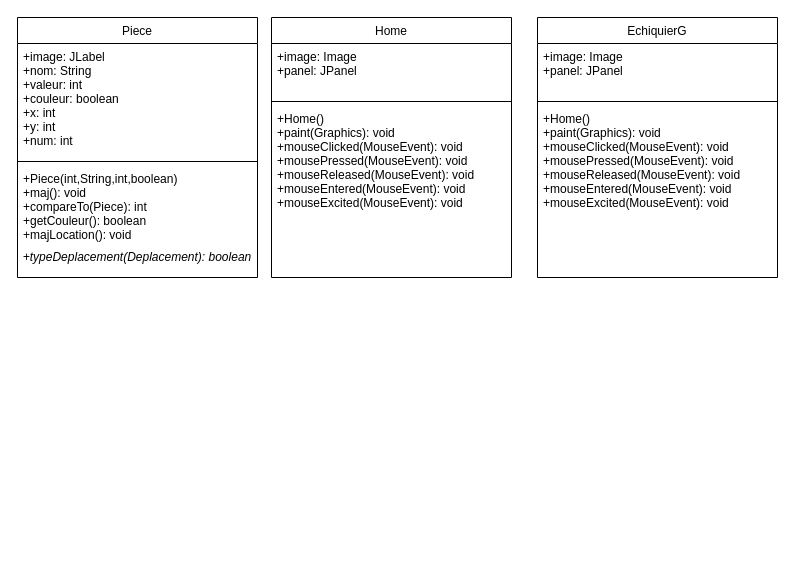
The draw.io diagram Untitled Diagram.drawio in HillelPa/chess, before the edit. Source tidied: cells renumbered, new cells numbered last; positions are measured from the earlier drawing's top-left corner, leaving out a move shared by most shapes. Both pictures are drawn from the tidied source at 100%, with x=0, y=0 at pixel (17, 17).
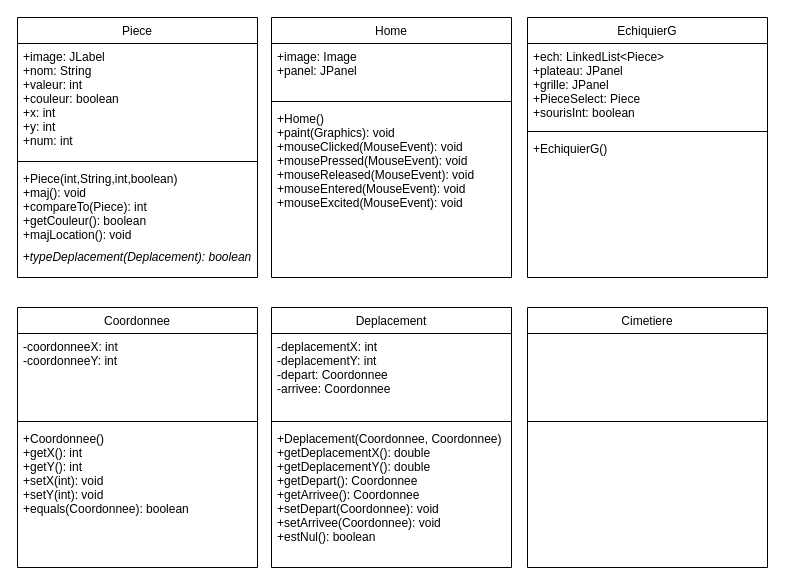
Above is the later version.

The edit, as a diff of the source:
```diff
@@
     <mxCell id="11" value="EchiquierG" style="swimlane;fontStyle=0;align=center;verticalAlign=top;horizontal=1;startSize=26;rounded=0;shadow=0;strokeWidth=1;" parent="1" vertex="1">
-      <mxGeometry x="520" width="240" height="260" as="geometry" />
+      <mxGeometry x="510" width="240" height="260" as="geometry" />
     </mxCell>
-    <mxCell id="12" value="+image: Image&#10;+panel: JPanel&#10;&#10;&#10;" style="text;align=left;verticalAlign=top;spacingLeft=4;spacingRight=4;overflow=hidden;" parent="11" vertex="1">
-      <mxGeometry y="26" width="240" height="54" as="geometry" />
+    <mxCell id="12" value="+ech: LinkedList&lt;Piece&gt;&#10;+plateau: JPanel&#10;+grille: JPanel&#10;+PieceSelect: Piece&#10;+sourisInt: boolean&#10;&#10;&#10;&#10;" style="text;align=left;verticalAlign=top;spacingLeft=4;spacingRight=4;overflow=hidden;" parent="11" vertex="1">
+      <mxGeometry y="26" width="240" height="84" as="geometry" />
     </mxCell>
     <mxCell id="13" style="line;html=1;strokeWidth=1;align=left;verticalAlign=middle;spacingTop=-1;spacingLeft=3;spacingRight=3;labelPosition=right;" parent="11" vertex="1">
-      <mxGeometry y="80" width="240" height="8" as="geometry" />
+      <mxGeometry y="110" width="240" height="8" as="geometry" />
     </mxCell>
-    <mxCell id="14" value="+Home()&#10;+paint(Graphics): void&#10;+mouseClicked(MouseEvent): void&#10;+mousePressed(MouseEvent): void&#10;+mouseReleased(MouseEvent): void&#10;+mouseEntered(MouseEvent): void&#10;+mouseExcited(MouseEvent): void&#10;&#10;&#10;" style="text;align=left;verticalAlign=top;spacingLeft=4;spacingRight=4;overflow=hidden;fontStyle=0;" parent="11" vertex="1">
-      <mxGeometry y="88" width="240" height="162" as="geometry" />
+    <mxCell id="14" value="+EchiquierG()&#10;&#10;&#10;&#10;" style="text;align=left;verticalAlign=top;spacingLeft=4;spacingRight=4;overflow=hidden;fontStyle=0;" parent="11" vertex="1">
+      <mxGeometry y="118" width="240" height="142" as="geometry" />
     </mxCell>
+    <mxCell id="15" value="Coordonnee" style="swimlane;fontStyle=0;align=center;verticalAlign=top;horizontal=1;startSize=26;rounded=0;shadow=0;strokeWidth=1;" parent="1" vertex="1">
+      <mxGeometry y="290" width="240" height="260" as="geometry" />
+    </mxCell>
+    <mxCell id="16" value="-coordonneeX: int&#10;-coordonneeY: int" style="text;align=left;verticalAlign=top;spacingLeft=4;spacingRight=4;overflow=hidden;" parent="15" vertex="1">
+      <mxGeometry y="26" width="240" height="84" as="geometry" />
+    </mxCell>
+    <mxCell id="17" style="line;html=1;strokeWidth=1;align=left;verticalAlign=middle;spacingTop=-1;spacingLeft=3;spacingRight=3;labelPosition=right;" parent="15" vertex="1">
+      <mxGeometry y="110" width="240" height="8" as="geometry" />
+    </mxCell>
+    <mxCell id="18" value="+Coordonnee()&#10;+getX(): int&#10;+getY(): int&#10;+setX(int): void&#10;+setY(int): void&#10;+equals(Coordonnee): boolean&#10;" style="text;align=left;verticalAlign=top;spacingLeft=4;spacingRight=4;overflow=hidden;fontStyle=0;" parent="15" vertex="1">
+      <mxGeometry y="118" width="240" height="142" as="geometry" />
+    </mxCell>
+    <mxCell id="19" value="Deplacement" style="swimlane;fontStyle=0;align=center;verticalAlign=top;horizontal=1;startSize=26;rounded=0;shadow=0;strokeWidth=1;" parent="1" vertex="1">
+      <mxGeometry x="254" y="290" width="240" height="260" as="geometry" />
+    </mxCell>
+    <mxCell id="20" value="-deplacementX: int&#10;-deplacementY: int&#10;-depart: Coordonnee&#10;-arrivee: Coordonnee&#10;" style="text;align=left;verticalAlign=top;spacingLeft=4;spacingRight=4;overflow=hidden;" parent="19" vertex="1">
+      <mxGeometry y="26" width="240" height="84" as="geometry" />
+    </mxCell>
+    <mxCell id="21" style="line;html=1;strokeWidth=1;align=left;verticalAlign=middle;spacingTop=-1;spacingLeft=3;spacingRight=3;labelPosition=right;" parent="19" vertex="1">
+      <mxGeometry y="110" width="240" height="8" as="geometry" />
+    </mxCell>
+    <mxCell id="22" value="+Deplacement(Coordonnee, Coordonnee)&#10;+getDeplacementX(): double&#10;+getDeplacementY(): double&#10;+getDepart(): Coordonnee&#10;+getArrivee(): Coordonnee&#10;+setDepart(Coordonnee): void&#10;+setArrivee(Coordonnee): void&#10;+estNul(): boolean&#10;" style="text;align=left;verticalAlign=top;spacingLeft=4;spacingRight=4;overflow=hidden;fontStyle=0;" parent="19" vertex="1">
+      <mxGeometry y="118" width="240" height="142" as="geometry" />
+    </mxCell>
+    <mxCell id="23" value="Cimetiere" style="swimlane;fontStyle=0;align=center;verticalAlign=top;horizontal=1;startSize=26;rounded=0;shadow=0;strokeWidth=1;" parent="1" vertex="1">
+      <mxGeometry x="510" y="290" width="240" height="260" as="geometry" />
+    </mxCell>
+    <mxCell id="24" value="&#10;&#10;&#10;" style="text;align=left;verticalAlign=top;spacingLeft=4;spacingRight=4;overflow=hidden;" parent="23" vertex="1">
+      <mxGeometry y="26" width="240" height="84" as="geometry" />
+    </mxCell>
+    <mxCell id="25" style="line;html=1;strokeWidth=1;align=left;verticalAlign=middle;spacingTop=-1;spacingLeft=3;spacingRight=3;labelPosition=right;" parent="23" vertex="1">
+      <mxGeometry y="110" width="240" height="8" as="geometry" />
+    </mxCell>
```
